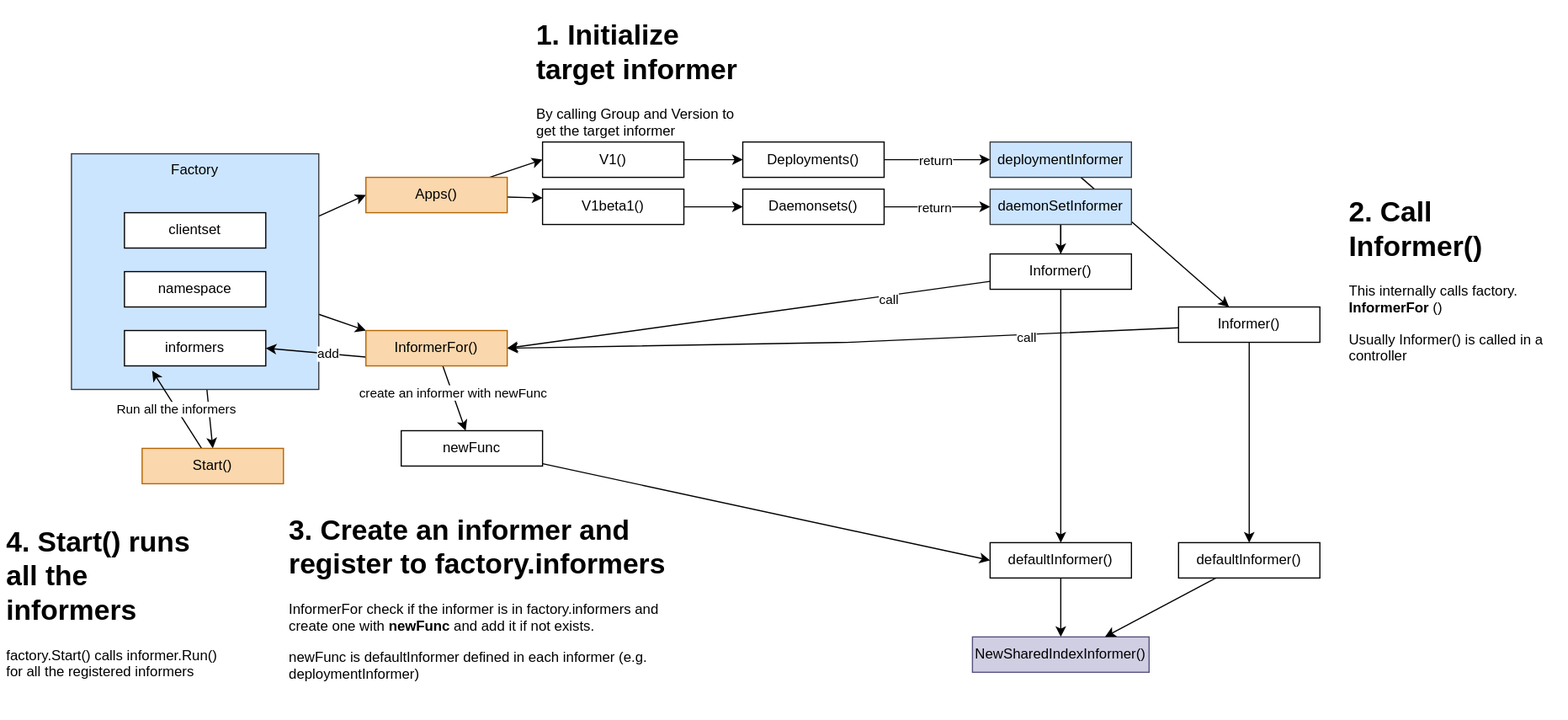
Earlier version of the draw.io export contents/kubernetes-operator/client-go/informer/informer-factory.drawio.svg (nakamasato/kubernetes-training). Source tidied: cells renumbered, new cells last; positions are measured from the earlier drawing's top-left corner, leaving out a move shared by most shapes.
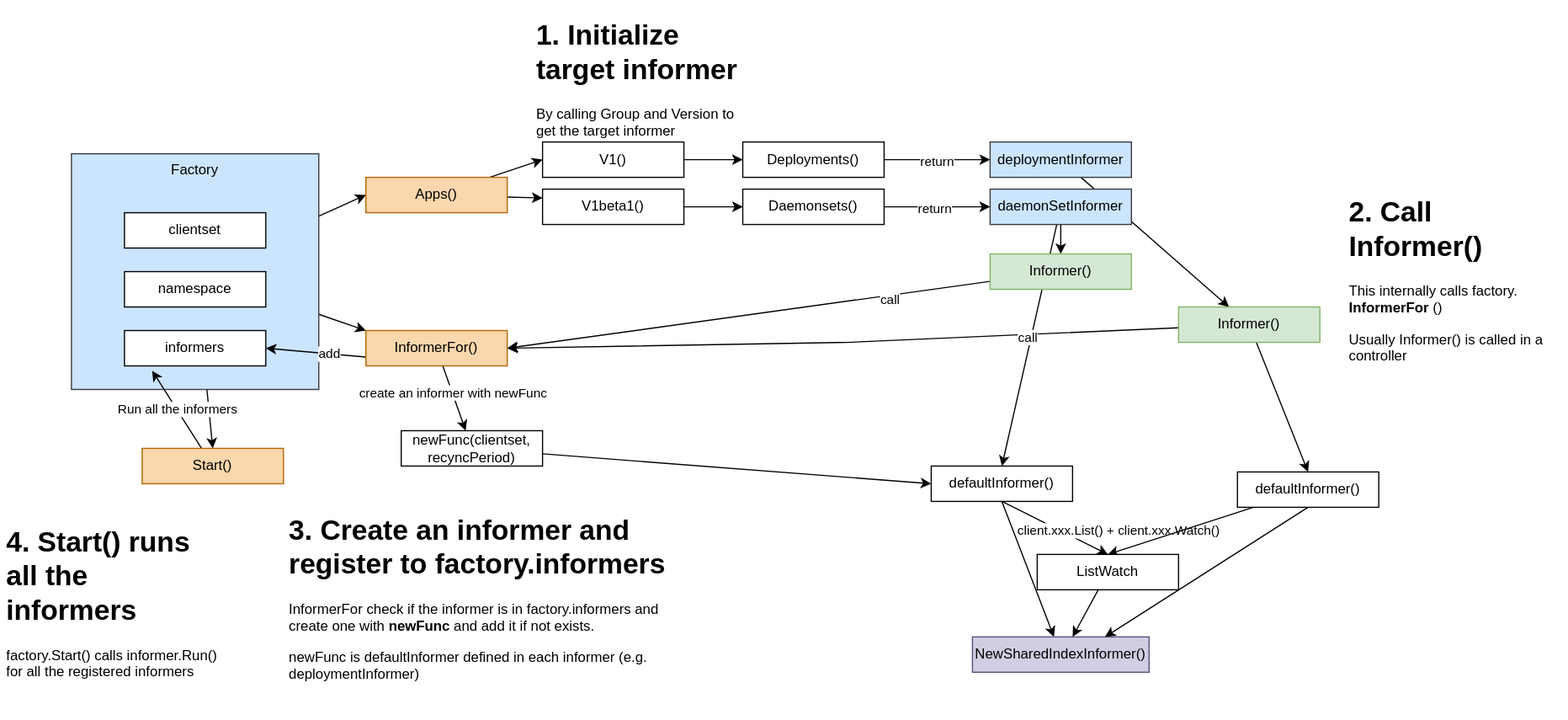
The same diagram one commit later.

Diff of the diagram source:
```diff
@@ -90,7 +90,7 @@
     <mxCell id="29" style="edgeStyle=none;html=1;entryX=0.5;entryY=0;entryDx=0;entryDy=0;" parent="1" edge="1" source="30" target="48">
       <mxGeometry relative="1" as="geometry" />
     </mxCell>
-    <mxCell id="30" value="Informer()" style="rounded=0;whiteSpace=wrap;html=1;" parent="1" vertex="1">
+    <mxCell id="30" value="Informer()" style="rounded=0;whiteSpace=wrap;html=1;fillColor=#d5e8d4;strokeColor=#82b366;" parent="1" vertex="1">
       <mxGeometry x="1000" y="250" width="120" height="30" as="geometry" />
     </mxCell>
     <mxCell id="31" style="edgeStyle=none;html=1;entryX=1;entryY=0.5;entryDx=0;entryDy=0;" parent="1" edge="1" source="33" target="39">
@@ -99,7 +99,7 @@
     <mxCell id="32" value="call" style="edgeLabel;html=1;align=center;verticalAlign=middle;" parent="31" vertex="1">
       <mxGeometry x="-0.58" y="3" relative="1" as="geometry" />
     </mxCell>
-    <mxCell id="33" value="Informer()" style="rounded=0;whiteSpace=wrap;html=1;" parent="1" vertex="1">
+    <mxCell id="33" value="Informer()" style="rounded=0;whiteSpace=wrap;html=1;fillColor=#d5e8d4;strokeColor=#82b366;" parent="1" vertex="1">
       <mxGeometry x="840" y="205" width="120" height="30" as="geometry" />
     </mxCell>
     <mxCell id="34" value="&lt;h1&gt;1. Initialize target informer&lt;/h1&gt;&lt;p&gt;By calling Group and Version to get the target informer&lt;/p&gt;" style="text;html=1;strokeColor=none;fillColor=none;spacing=5;spacingTop=-20;whiteSpace=wrap;overflow=hidden;rounded=0;" parent="1" vertex="1">
@@ -129,23 +129,29 @@
     <mxCell id="42" style="edgeStyle=none;html=1;entryX=0;entryY=0.5;entryDx=0;entryDy=0;" parent="1" edge="1" source="43" target="45">
       <mxGeometry relative="1" as="geometry" />
     </mxCell>
-    <mxCell id="43" value="newFunc" style="rounded=0;whiteSpace=wrap;html=1;" parent="1" vertex="1">
+    <mxCell id="43" value="newFunc(clientset, recyncPeriod)" style="rounded=0;whiteSpace=wrap;html=1;" parent="1" vertex="1">
       <mxGeometry x="340" y="355" width="120" height="30" as="geometry" />
     </mxCell>
-    <mxCell id="44" style="edgeStyle=none;html=1;" parent="1" edge="1" source="45" target="46">
+    <mxCell id="44" style="edgeStyle=none;html=1;exitX=0.5;exitY=1;exitDx=0;exitDy=0;" parent="1" edge="1" source="45" target="46">
       <mxGeometry relative="1" as="geometry" />
     </mxCell>
     <mxCell id="45" value="defaultInformer()" style="rounded=0;whiteSpace=wrap;html=1;" parent="1" vertex="1">
-      <mxGeometry x="840" y="450" width="120" height="30" as="geometry" />
+      <mxGeometry x="790" y="385" width="120" height="30" as="geometry" />
     </mxCell>
+    <mxCell id="52" value="client.xxx.List() + client.xxx.Watch()" style="edgeStyle=none;html=1;entryX=0.5;entryY=0;entryDx=0;entryDy=0;exitX=0.5;exitY=1;exitDx=0;exitDy=0;" parent="1" edge="1" source="45" target="55">
+      <mxGeometry x="1" y="22" relative="1" as="geometry" />
+    </mxCell>
     <mxCell id="46" value="NewSharedIndexInformer()" style="rounded=0;whiteSpace=wrap;html=1;fillColor=#d0cee2;strokeColor=#56517e;" parent="1" vertex="1">
       <mxGeometry x="825" y="530" width="150" height="30" as="geometry" />
     </mxCell>
-    <mxCell id="47" style="edgeStyle=none;html=1;entryX=0.75;entryY=0;entryDx=0;entryDy=0;" parent="1" edge="1" source="48" target="46">
+    <mxCell id="47" style="edgeStyle=none;html=1;entryX=0.75;entryY=0;entryDx=0;entryDy=0;exitX=0.5;exitY=1;exitDx=0;exitDy=0;" parent="1" edge="1" source="48" target="46">
       <mxGeometry relative="1" as="geometry" />
     </mxCell>
+    <mxCell id="53" style="edgeStyle=none;html=1;entryX=0.5;entryY=0;entryDx=0;entryDy=0;" parent="1" edge="1" source="48" target="55">
+      <mxGeometry relative="1" as="geometry" />
+    </mxCell>
     <mxCell id="48" value="defaultInformer()" style="rounded=0;whiteSpace=wrap;html=1;" parent="1" vertex="1">
-      <mxGeometry x="1000" y="450" width="120" height="30" as="geometry" />
+      <mxGeometry x="1050" y="390" width="120" height="30" as="geometry" />
     </mxCell>
     <mxCell id="49" value="Run all the informers" style="edgeStyle=none;html=1;entryX=0.196;entryY=1.136;entryDx=0;entryDy=0;entryPerimeter=0;" parent="1" edge="1" source="50" target="8">
       <mxGeometry relative="1" as="geometry" />
@@ -156,5 +162,11 @@
     <mxCell id="51" value="&lt;h1&gt;4. Start() runs all the informers&lt;/h1&gt;&lt;p&gt;factory.Start() calls informer.Run() for all the registered informers&lt;/p&gt;" style="text;html=1;strokeColor=none;fillColor=none;spacing=5;spacingTop=-20;whiteSpace=wrap;overflow=hidden;rounded=0;" parent="1" vertex="1">
       <mxGeometry y="430" width="190" height="150" as="geometry" />
     </mxCell>
+    <mxCell id="54" style="edgeStyle=none;html=1;entryX=0.567;entryY=0;entryDx=0;entryDy=0;entryPerimeter=0;" parent="1" edge="1" source="55" target="46">
+      <mxGeometry relative="1" as="geometry" />
+    </mxCell>
+    <mxCell id="55" value="ListWatch" style="rounded=0;whiteSpace=wrap;html=1;" parent="1" vertex="1">
+      <mxGeometry x="880" y="460" width="120" height="30" as="geometry" />
+    </mxCell>
   </root>
 </mxGraphModel>
```
